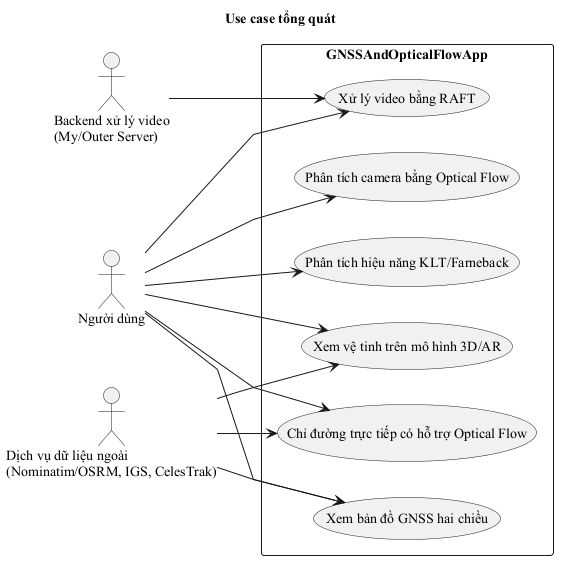
The PlantUML diagram figures/usecase_tong_quat.png in thanhmobile080604/My-Thesis-Latex, before a commit.
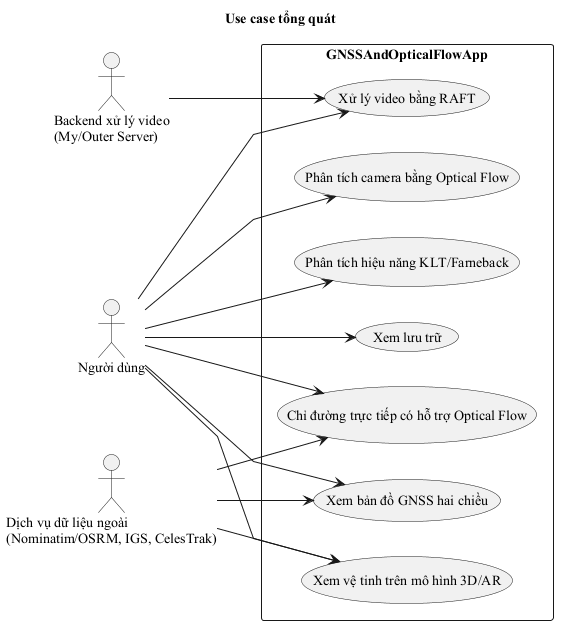
Later version of the same file.

What changed in the source:
```diff
@@ -16,6 +16,7 @@
   usecase "Phân tích camera bằng Optical Flow" as UC4
   usecase "Phân tích hiệu năng KLT/Farneback" as UC5
   usecase "Xử lý video bằng RAFT" as UC6
+  usecase "Xem lưu trữ" as UC7
 }
 
 User --> UC1
@@ -24,6 +25,7 @@
 User --> UC4
 User --> UC5
 User --> UC6
+User --> UC7
 
 External --> UC1
 External --> UC2
```
